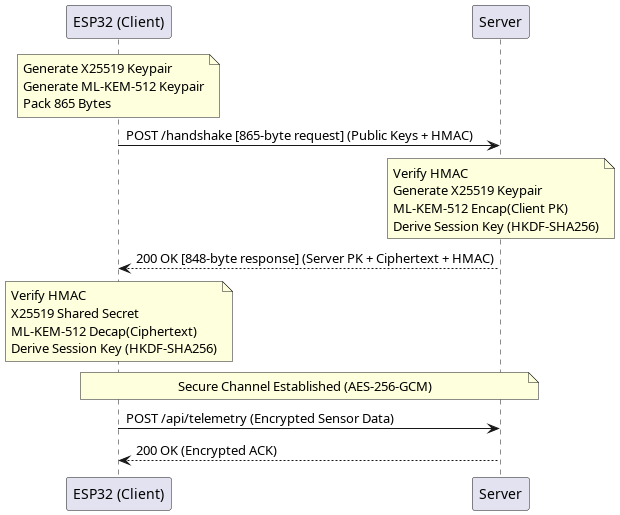
Before: figures/handshake_sequence.png, a diagram exported from PlantUML (muhammadsohaimmuqtada/esp32-hybrid-pqc-key-exchange).
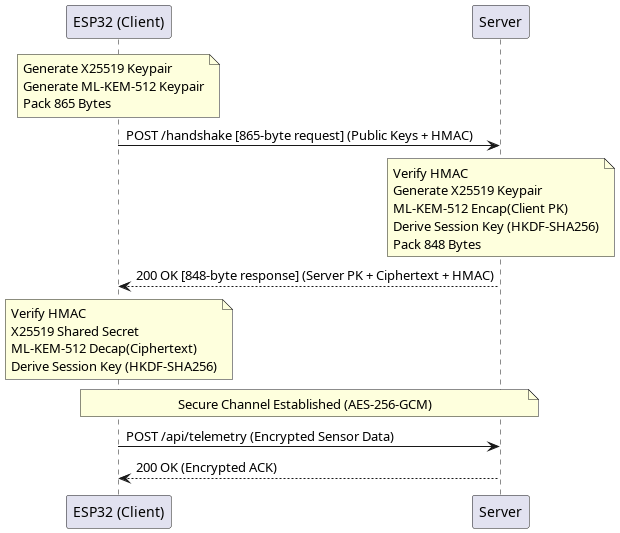
Later version of the same file.

Commit message:
Soften side-channel wording, correct HMAC tag terminology in all instances, and update sequence diagram with 848-byte packing note

The edit, as a diff of the source:
```diff
@@ -15,6 +15,7 @@
   Generate X25519 Keypair
   ML-KEM-512 Encap(Client PK)
   Derive Session Key (HKDF-SHA256)
+  Pack 848 Bytes
 end note
 
 S --> E: 200 OK [848-byte response] (Server PK + Ciphertext + HMAC)
```
